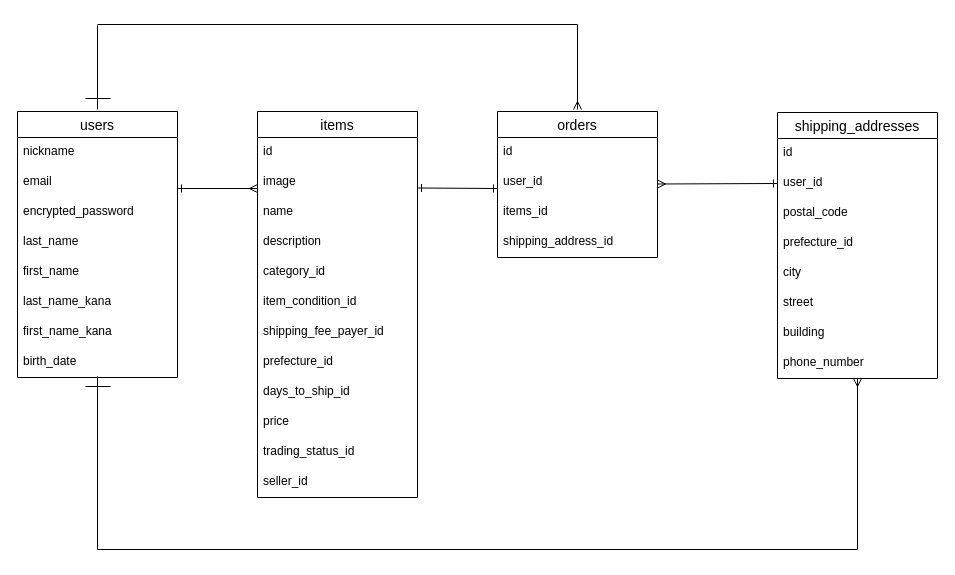
Above: app/views/er.dio in Minimini55/furima-42535 (draw.io), before the change. Source tidied: cells renumbered, new cells numbered last; positions are measured from the earlier drawing's top-left corner, leaving out a move shared by most shapes. Both pictures are drawn from the tidied source at 100%, with x=0, y=0 at pixel (17, 19).
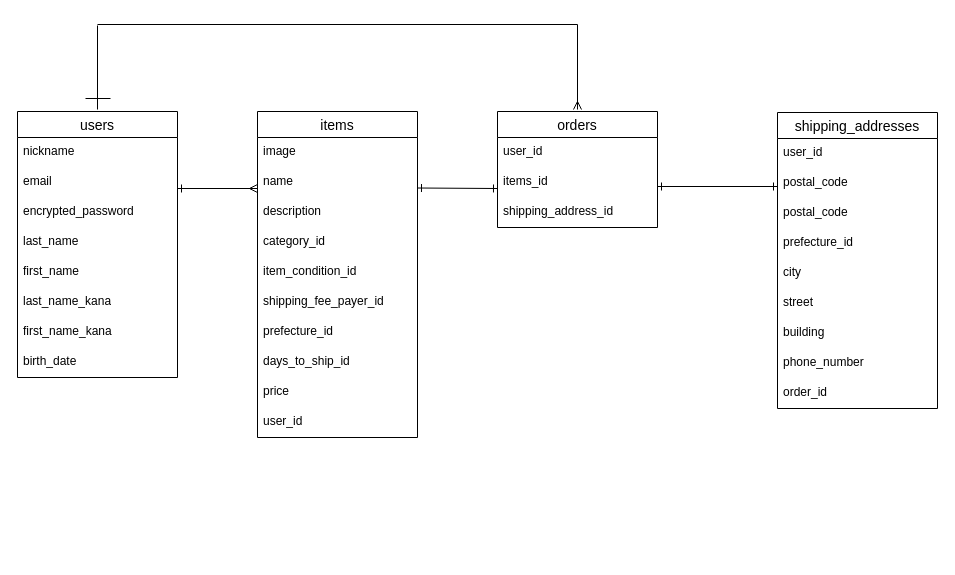
Above is the later version.

Commit message (it also covers changes not shown here):
フィードバックの修正

What changed in the source:
```diff
@@
     <mxCell id="12" value="items" style="swimlane;fontStyle=0;horizontal=1;startSize=26;align=center;fontSize=14;" parent="1" vertex="1">
-      <mxGeometry x="240" y="92" width="160" height="386" as="geometry" />
+      <mxGeometry x="240" y="92" width="160" height="326" as="geometry" />
     </mxCell>
-    <mxCell id="13" value="id" style="text;strokeColor=none;fillColor=none;spacingLeft=4;spacingRight=4;overflow=hidden;fontSize=12;whiteSpace=wrap;html=1;" parent="12" vertex="1">
-      <mxGeometry y="26" width="160" height="30" as="geometry" />
-    </mxCell>
     <mxCell id="14" value="image" style="text;strokeColor=none;fillColor=none;spacingLeft=4;spacingRight=4;overflow=hidden;fontSize=12;whiteSpace=wrap;html=1;" parent="12" vertex="1">
-      <mxGeometry y="56" width="160" height="30" as="geometry" />
+      <mxGeometry y="26" width="160" height="30" as="geometry" />
     </mxCell>
     <mxCell id="15" value="name" style="text;strokeColor=none;fillColor=none;spacingLeft=4;spacingRight=4;overflow=hidden;fontSize=12;whiteSpace=wrap;html=1;" parent="12" vertex="1">
-      <mxGeometry y="86" width="160" height="30" as="geometry" />
+      <mxGeometry y="56" width="160" height="30" as="geometry" />
     </mxCell>
     <mxCell id="16" value="description" style="text;strokeColor=none;fillColor=none;spacingLeft=4;spacingRight=4;overflow=hidden;fontSize=12;whiteSpace=wrap;html=1;" parent="12" vertex="1">
-      <mxGeometry y="116" width="160" height="30" as="geometry" />
+      <mxGeometry y="86" width="160" height="30" as="geometry" />
     </mxCell>
     <mxCell id="17" value="category_id" style="text;strokeColor=none;fillColor=none;spacingLeft=4;spacingRight=4;overflow=hidden;fontSize=12;whiteSpace=wrap;html=1;" parent="12" vertex="1">
-      <mxGeometry y="146" width="160" height="30" as="geometry" />
+      <mxGeometry y="116" width="160" height="30" as="geometry" />
     </mxCell>
     <mxCell id="18" value="item_condition_id" style="text;strokeColor=none;fillColor=none;spacingLeft=4;spacingRight=4;overflow=hidden;fontSize=12;whiteSpace=wrap;html=1;" parent="12" vertex="1">
-      <mxGeometry y="176" width="160" height="30" as="geometry" />
+      <mxGeometry y="146" width="160" height="30" as="geometry" />
     </mxCell>
     <mxCell id="19" value="shipping_fee_payer_id" style="text;strokeColor=none;fillColor=none;spacingLeft=4;spacingRight=4;overflow=hidden;fontSize=12;whiteSpace=wrap;html=1;" parent="12" vertex="1">
-      <mxGeometry y="206" width="160" height="30" as="geometry" />
+      <mxGeometry y="176" width="160" height="30" as="geometry" />
     </mxCell>
     <mxCell id="20" value="prefecture_id" style="text;strokeColor=none;fillColor=none;spacingLeft=4;spacingRight=4;overflow=hidden;fontSize=12;whiteSpace=wrap;html=1;" parent="12" vertex="1">
-      <mxGeometry y="236" width="160" height="30" as="geometry" />
+      <mxGeometry y="206" width="160" height="30" as="geometry" />
     </mxCell>
     <mxCell id="21" value="days_to_ship_id" style="text;strokeColor=none;fillColor=none;spacingLeft=4;spacingRight=4;overflow=hidden;fontSize=12;whiteSpace=wrap;html=1;" parent="12" vertex="1">
-      <mxGeometry y="266" width="160" height="30" as="geometry" />
+      <mxGeometry y="236" width="160" height="30" as="geometry" />
     </mxCell>
     <mxCell id="22" value="price" style="text;strokeColor=none;fillColor=none;spacingLeft=4;spacingRight=4;overflow=hidden;fontSize=12;whiteSpace=wrap;html=1;" parent="12" vertex="1">
-      <mxGeometry y="296" width="160" height="30" as="geometry" />
+      <mxGeometry y="266" width="160" height="30" as="geometry" />
     </mxCell>
-    <mxCell id="23" value="trading_status_id" style="text;strokeColor=none;fillColor=none;spacingLeft=4;spacingRight=4;overflow=hidden;fontSize=12;whiteSpace=wrap;html=1;" parent="12" vertex="1">
-      <mxGeometry y="326" width="160" height="30" as="geometry" />
-    </mxCell>
-    <mxCell id="24" value="seller_id" style="text;strokeColor=none;fillColor=none;spacingLeft=4;spacingRight=4;overflow=hidden;fontSize=12;whiteSpace=wrap;html=1;" parent="12" vertex="1">
-      <mxGeometry y="356" width="160" height="30" as="geometry" />
+    <mxCell id="24" value="user_id" style="text;strokeColor=none;fillColor=none;spacingLeft=4;spacingRight=4;overflow=hidden;fontSize=12;whiteSpace=wrap;html=1;" parent="12" vertex="1">
+      <mxGeometry y="296" width="160" height="30" as="geometry" />
     </mxCell>
     <mxCell id="25" value="orders" style="swimlane;fontStyle=0;horizontal=1;startSize=26;align=center;fontSize=14;" parent="1" vertex="1">
-      <mxGeometry x="480" y="92" width="160" height="146" as="geometry" />
+      <mxGeometry x="480" y="92" width="160" height="116" as="geometry" />
     </mxCell>
-    <mxCell id="26" value="id" style="text;strokeColor=none;fillColor=none;spacingLeft=4;spacingRight=4;overflow=hidden;fontSize=12;whiteSpace=wrap;html=1;" parent="25" vertex="1">
-      <mxGeometry y="26" width="160" height="30" as="geometry" />
-    </mxCell>
     <mxCell id="27" value="user_id" style="text;strokeColor=none;fillColor=none;spacingLeft=4;spacingRight=4;overflow=hidden;fontSize=12;whiteSpace=wrap;html=1;" parent="25" vertex="1">
-      <mxGeometry y="56" width="160" height="30" as="geometry" />
+      <mxGeometry y="26" width="160" height="30" as="geometry" />
     </mxCell>
     <mxCell id="28" value="items_id" style="text;strokeColor=none;fillColor=none;spacingLeft=4;spacingRight=4;overflow=hidden;fontSize=12;whiteSpace=wrap;html=1;" parent="25" vertex="1">
-      <mxGeometry y="86" width="160" height="30" as="geometry" />
+      <mxGeometry y="56" width="160" height="30" as="geometry" />
     </mxCell>
@@
     <mxCell id="30" value="shipping_address_id" style="text;strokeColor=none;fillColor=none;spacingLeft=4;spacingRight=4;overflow=hidden;fontSize=12;whiteSpace=wrap;html=1;" parent="25" vertex="1">
-      <mxGeometry y="116" width="160" height="30" as="geometry" />
+      <mxGeometry y="86" width="160" height="30" as="geometry" />
     </mxCell>
     <mxCell id="31" value="shipping_addresses" style="swimlane;fontStyle=0;horizontal=1;startSize=26;align=center;fontSize=14;" parent="1" vertex="1">
-      <mxGeometry x="760" y="93" width="160" height="266" as="geometry" />
+      <mxGeometry x="760" y="93" width="160" height="296" as="geometry" />
     </mxCell>
-    <mxCell id="32" value="id" style="text;strokeColor=none;fillColor=none;spacingLeft=4;spacingRight=4;overflow=hidden;fontSize=12;whiteSpace=wrap;html=1;" parent="31" vertex="1">
-      <mxGeometry y="26" width="160" height="30" as="geometry" />
-    </mxCell>
     <mxCell id="33" value="user_id" style="text;strokeColor=none;fillColor=none;spacingLeft=4;spacingRight=4;overflow=hidden;points=[[0,0.5],[1,0.5]];portConstraint=eastwest;fontSize=12;whiteSpace=wrap;html=1;" parent="31" vertex="1">
-      <mxGeometry y="56" width="160" height="30" as="geometry" />
+      <mxGeometry y="26" width="160" height="30" as="geometry" />
     </mxCell>
+    <mxCell id="49" value="postal_code" style="text;strokeColor=none;fillColor=none;spacingLeft=4;spacingRight=4;overflow=hidden;fontSize=12;whiteSpace=wrap;html=1;" parent="31" vertex="1">
+      <mxGeometry y="56" width="160" height="30" as="geometry" />
+    </mxCell>
@@
-    <mxCell id="40" style="line;strokeWidth=1;direction=south;html=1;fillColor=none;" parent="1" vertex="1">
-      <mxGeometry x="75" y="357" width="10" height="173" as="geometry" />
-    </mxCell>
+    <mxCell id="50" value="order_id" style="text;strokeColor=none;fillColor=none;spacingLeft=4;spacingRight=4;overflow=hidden;fontSize=12;whiteSpace=wrap;html=1;" parent="31" vertex="1">
+      <mxGeometry y="266" width="160" height="30" as="geometry" />
+    </mxCell>
@@
-    <mxCell id="45" style="line;strokeWidth=1;html=1;" parent="1" vertex="1">
-      <mxGeometry x="68" y="362" width="25" height="10" as="geometry" />
-    </mxCell>
-    <mxCell id="46" style="endArrow=ERmany;html=1;rounded=0;startArrow=none;startFill=0;endFill=0;exitX=1;exitY=0.5;exitDx=0;exitDy=0;exitPerimeter=0;" parent="1" edge="1" source="47">
-      <mxGeometry relative="1" as="geometry">
-        <mxPoint x="840" y="359" as="targetPoint" />
-      </mxGeometry>
-    </mxCell>
-    <mxCell id="47" style="line;strokeWidth=1;html=1;" parent="1" vertex="1">
-      <mxGeometry x="80" y="525" width="760" height="10" as="geometry" />
-    </mxCell>
-    <mxCell id="48" style="endArrow=ERmany;html=1;rounded=0;startArrow=ERone;startFill=0;endFill=0;exitX=0;exitY=0.5;exitDx=0;exitDy=0;" parent="1" edge="1" source="33">
-      <mxGeometry relative="1" as="geometry">
-        <mxPoint x="640" y="164.5" as="targetPoint" />
-      </mxGeometry>
-    </mxCell>
+    <mxCell id="51" style="endArrow=ERone;html=1;rounded=0;startArrow=ERone;startFill=0;endFill=0;exitX=0.981;exitY=0.733;exitDx=0;exitDy=0;exitPerimeter=0;" parent="1" edge="1">
+      <mxGeometry relative="1" as="geometry">
+        <mxPoint x="640" y="167" as="sourcePoint" />
+        <mxPoint x="760" y="167" as="targetPoint" />
+      </mxGeometry>
+    </mxCell>
```
